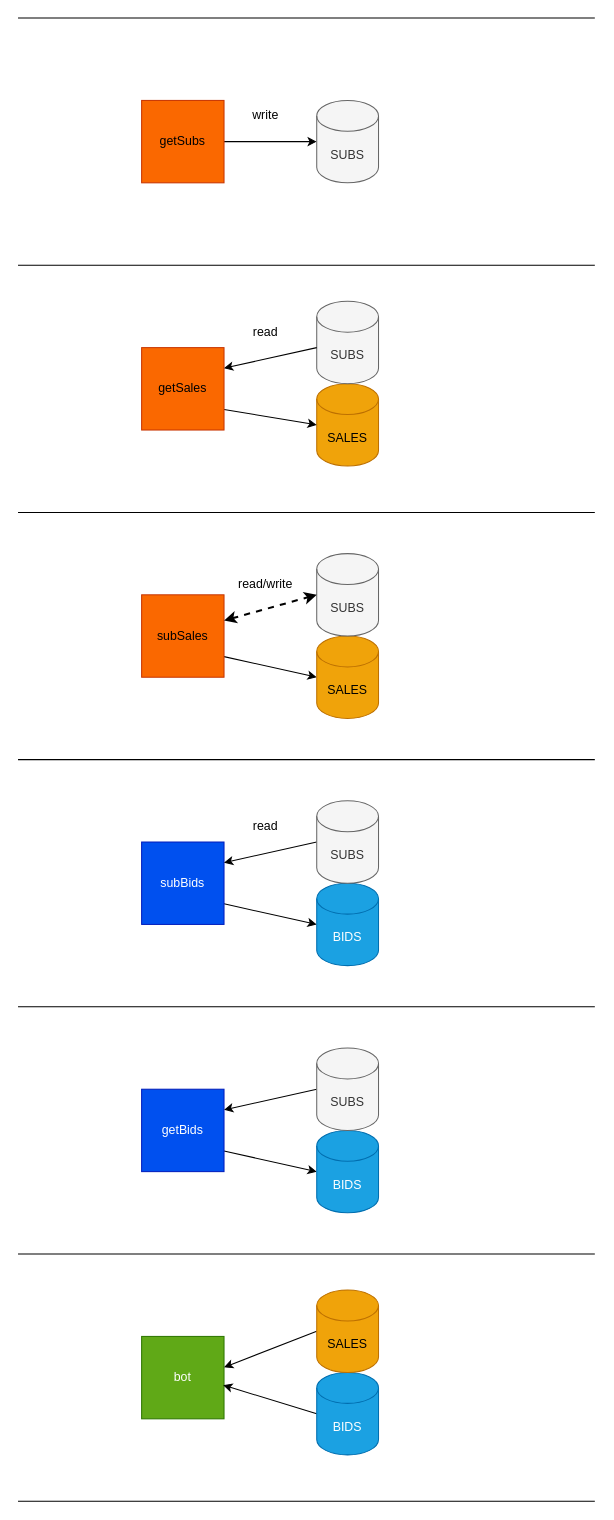
This is new-db-arch.drawio from redmont/Blur-Opensea-Arbitrage-Bot, a draw.io file, before an edit. Source tidied: cells renumbered, new cells numbered last; positions are measured from the earlier drawing's top-left corner, leaving out a move shared by most shapes. Both pictures are drawn from the tidied source at 103%, with x=0, y=0 at pixel (18, 18).
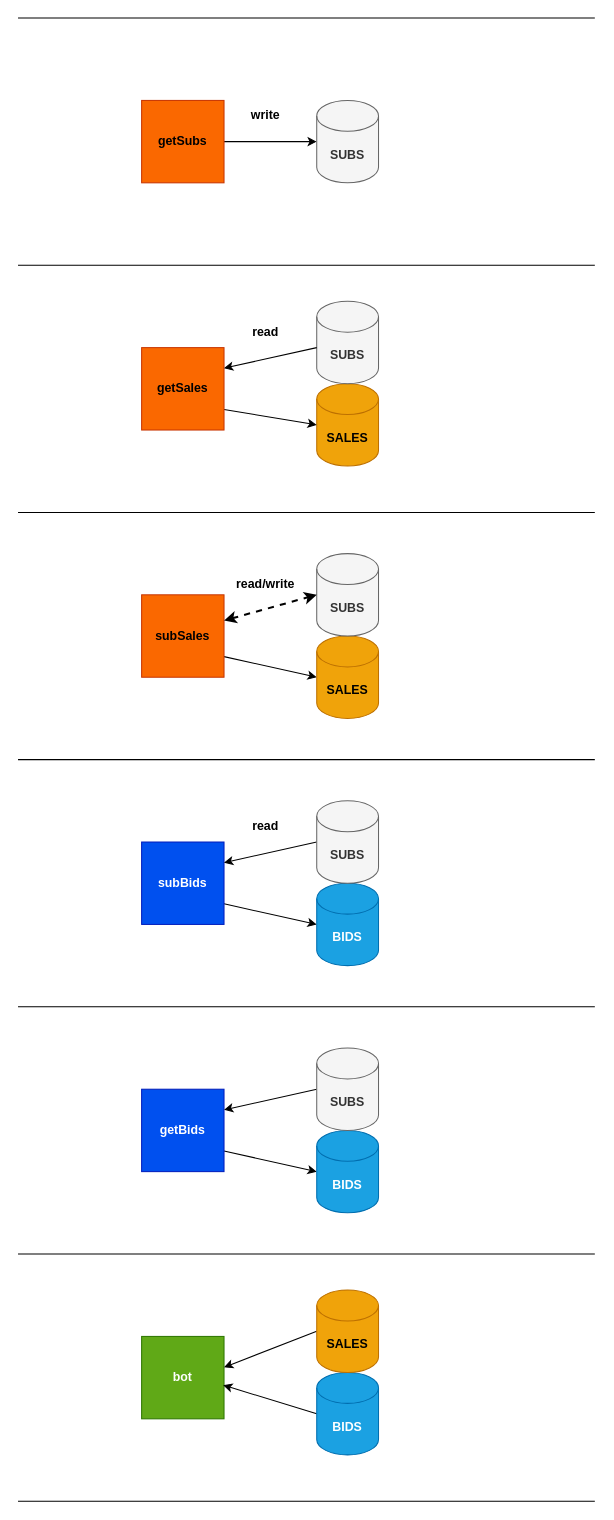
The same diagram, later.

The edit, as a diff of the source:
```diff
@@
-    <mxCell id="2" style="edgeStyle=none;html=1;entryX=0;entryY=0.5;entryDx=0;entryDy=0;entryPerimeter=0;" parent="1" edge="1" source="3" target="15">
+    <mxCell id="2" style="edgeStyle=none;html=1;entryX=0;entryY=0.5;entryDx=0;entryDy=0;entryPerimeter=0;fontStyle=1;" parent="1" edge="1" source="3" target="15">
       <mxGeometry relative="1" as="geometry" />
     </mxCell>
-    <mxCell id="3" value="getSubs" style="whiteSpace=wrap;html=1;fillColor=#fa6800;fontColor=#000000;strokeColor=#C73500;" parent="1" vertex="1">
+    <mxCell id="3" value="getSubs" style="whiteSpace=wrap;html=1;fillColor=#fa6800;fontColor=#000000;strokeColor=#C73500;fontStyle=1;" parent="1" vertex="1">
       <mxGeometry x="120" y="80" width="80" height="80" as="geometry" />
     </mxCell>
-    <mxCell id="4" value="SALES" style="shape=cylinder3;whiteSpace=wrap;html=1;boundedLbl=1;backgroundOutline=1;size=15;fillColor=#f0a30a;fontColor=#000000;strokeColor=#BD7000;" parent="1" vertex="1">
+    <mxCell id="4" value="SALES" style="shape=cylinder3;whiteSpace=wrap;html=1;boundedLbl=1;backgroundOutline=1;size=15;fillColor=#f0a30a;fontColor=#000000;strokeColor=#BD7000;fontStyle=1;" parent="1" vertex="1">
       <mxGeometry x="290" y="355" width="60" height="80" as="geometry" />
     </mxCell>
-    <mxCell id="5" value="SUBS" style="shape=cylinder3;whiteSpace=wrap;html=1;boundedLbl=1;backgroundOutline=1;size=15;fillColor=#f5f5f5;fontColor=#333333;strokeColor=#666666;" parent="1" vertex="1">
+    <mxCell id="5" value="SUBS" style="shape=cylinder3;whiteSpace=wrap;html=1;boundedLbl=1;backgroundOutline=1;size=15;fillColor=#f5f5f5;fontColor=#333333;strokeColor=#666666;fontStyle=1;" parent="1" vertex="1">
       <mxGeometry x="290" y="275" width="60" height="80" as="geometry" />
     </mxCell>
-    <mxCell id="6" style="edgeStyle=none;html=1;exitX=1;exitY=0.75;exitDx=0;exitDy=0;entryX=0;entryY=0.5;entryDx=0;entryDy=0;entryPerimeter=0;" parent="1" edge="1" source="7" target="4">
+    <mxCell id="6" style="edgeStyle=none;html=1;exitX=1;exitY=0.75;exitDx=0;exitDy=0;entryX=0;entryY=0.5;entryDx=0;entryDy=0;entryPerimeter=0;fontStyle=1;" parent="1" edge="1" source="7" target="4">
       <mxGeometry relative="1" as="geometry" />
     </mxCell>
-    <mxCell id="7" value="getSales" style="whiteSpace=wrap;html=1;fillColor=#fa6800;fontColor=#000000;strokeColor=#C73500;" parent="1" vertex="1">
+    <mxCell id="7" value="getSales" style="whiteSpace=wrap;html=1;fillColor=#fa6800;fontColor=#000000;strokeColor=#C73500;fontStyle=1;" parent="1" vertex="1">
       <mxGeometry x="120" y="320" width="80" height="80" as="geometry" />
     </mxCell>
-    <mxCell id="8" style="edgeStyle=none;html=1;exitX=1;exitY=0.75;exitDx=0;exitDy=0;entryX=0;entryY=0.5;entryDx=0;entryDy=0;entryPerimeter=0;" parent="1" edge="1" source="9" target="16">
+    <mxCell id="8" style="edgeStyle=none;html=1;exitX=1;exitY=0.75;exitDx=0;exitDy=0;entryX=0;entryY=0.5;entryDx=0;entryDy=0;entryPerimeter=0;fontStyle=1;" parent="1" edge="1" source="9" target="16">
       <mxGeometry relative="1" as="geometry" />
     </mxCell>
-    <mxCell id="9" value="subSales" style="whiteSpace=wrap;html=1;fillColor=#fa6800;fontColor=#000000;strokeColor=#C73500;" parent="1" vertex="1">
+    <mxCell id="9" value="subSales" style="whiteSpace=wrap;html=1;fillColor=#fa6800;fontColor=#000000;strokeColor=#C73500;fontStyle=1;" parent="1" vertex="1">
       <mxGeometry x="120" y="560" width="80" height="80" as="geometry" />
     </mxCell>
-    <mxCell id="10" style="edgeStyle=none;html=1;exitX=1;exitY=0.75;exitDx=0;exitDy=0;entryX=0;entryY=0.5;entryDx=0;entryDy=0;entryPerimeter=0;" parent="1" edge="1" source="11" target="20">
+    <mxCell id="10" style="edgeStyle=none;html=1;exitX=1;exitY=0.75;exitDx=0;exitDy=0;entryX=0;entryY=0.5;entryDx=0;entryDy=0;entryPerimeter=0;fontStyle=1;" parent="1" edge="1" source="11" target="20">
       <mxGeometry relative="1" as="geometry" />
     </mxCell>
-    <mxCell id="11" value="getBids" style="whiteSpace=wrap;html=1;fillColor=#0050ef;strokeColor=#001DBC;fontColor=#ffffff;" parent="1" vertex="1">
+    <mxCell id="11" value="getBids" style="whiteSpace=wrap;html=1;fillColor=#0050ef;strokeColor=#001DBC;fontColor=#ffffff;fontStyle=1;" parent="1" vertex="1">
       <mxGeometry x="120" y="1040" width="80" height="80" as="geometry" />
     </mxCell>
-    <mxCell id="12" style="edgeStyle=none;html=1;exitX=1;exitY=0.75;exitDx=0;exitDy=0;entryX=0;entryY=0.5;entryDx=0;entryDy=0;entryPerimeter=0;" parent="1" edge="1" source="13" target="14">
+    <mxCell id="12" style="edgeStyle=none;html=1;exitX=1;exitY=0.75;exitDx=0;exitDy=0;entryX=0;entryY=0.5;entryDx=0;entryDy=0;entryPerimeter=0;fontStyle=1;" parent="1" edge="1" source="13" target="14">
       <mxGeometry relative="1" as="geometry" />
     </mxCell>
-    <mxCell id="13" value="subBids" style="whiteSpace=wrap;html=1;fillColor=#0050ef;strokeColor=#001DBC;fontColor=#ffffff;" parent="1" vertex="1">
+    <mxCell id="13" value="subBids" style="whiteSpace=wrap;html=1;fillColor=#0050ef;strokeColor=#001DBC;fontColor=#ffffff;fontStyle=1;" parent="1" vertex="1">
       <mxGeometry x="120" y="800" width="80" height="80" as="geometry" />
     </mxCell>
-    <mxCell id="14" value="BIDS" style="shape=cylinder3;whiteSpace=wrap;html=1;boundedLbl=1;backgroundOutline=1;size=15;fillColor=#1ba1e2;fontColor=#ffffff;strokeColor=#006EAF;" parent="1" vertex="1">
+    <mxCell id="14" value="BIDS" style="shape=cylinder3;whiteSpace=wrap;html=1;boundedLbl=1;backgroundOutline=1;size=15;fillColor=#1ba1e2;fontColor=#ffffff;strokeColor=#006EAF;fontStyle=1;" parent="1" vertex="1">
       <mxGeometry x="290" y="840" width="60" height="80" as="geometry" />
     </mxCell>
-    <mxCell id="15" value="SUBS" style="shape=cylinder3;whiteSpace=wrap;html=1;boundedLbl=1;backgroundOutline=1;size=15;fillColor=#f5f5f5;strokeColor=#666666;fontColor=#333333;" parent="1" vertex="1">
+    <mxCell id="15" value="SUBS" style="shape=cylinder3;whiteSpace=wrap;html=1;boundedLbl=1;backgroundOutline=1;size=15;fillColor=#f5f5f5;strokeColor=#666666;fontColor=#333333;fontStyle=1;" parent="1" vertex="1">
       <mxGeometry x="290" y="80" width="60" height="80" as="geometry" />
     </mxCell>
-    <mxCell id="16" value="SALES" style="shape=cylinder3;whiteSpace=wrap;html=1;boundedLbl=1;backgroundOutline=1;size=15;fillColor=#f0a30a;fontColor=#000000;strokeColor=#BD7000;" parent="1" vertex="1">
+    <mxCell id="16" value="SALES" style="shape=cylinder3;whiteSpace=wrap;html=1;boundedLbl=1;backgroundOutline=1;size=15;fillColor=#f0a30a;fontColor=#000000;strokeColor=#BD7000;fontStyle=1;" parent="1" vertex="1">
       <mxGeometry x="290" y="600" width="60" height="80" as="geometry" />
     </mxCell>
-    <mxCell id="17" value="SUBS" style="shape=cylinder3;whiteSpace=wrap;html=1;boundedLbl=1;backgroundOutline=1;size=15;fillColor=#f5f5f5;fontColor=#333333;strokeColor=#666666;" parent="1" vertex="1">
+    <mxCell id="17" value="SUBS" style="shape=cylinder3;whiteSpace=wrap;html=1;boundedLbl=1;backgroundOutline=1;size=15;fillColor=#f5f5f5;fontColor=#333333;strokeColor=#666666;fontStyle=1;" parent="1" vertex="1">
       <mxGeometry x="290" y="520" width="60" height="80" as="geometry" />
     </mxCell>
-    <mxCell id="18" style="edgeStyle=none;html=1;exitX=0;exitY=0.5;exitDx=0;exitDy=0;exitPerimeter=0;entryX=1;entryY=0.25;entryDx=0;entryDy=0;" parent="1" edge="1" source="19" target="13">
+    <mxCell id="18" style="edgeStyle=none;html=1;exitX=0;exitY=0.5;exitDx=0;exitDy=0;exitPerimeter=0;entryX=1;entryY=0.25;entryDx=0;entryDy=0;fontStyle=1;" parent="1" edge="1" source="19" target="13">
       <mxGeometry relative="1" as="geometry" />
     </mxCell>
-    <mxCell id="19" value="SUBS" style="shape=cylinder3;whiteSpace=wrap;html=1;boundedLbl=1;backgroundOutline=1;size=15;fillColor=#f5f5f5;fontColor=#333333;strokeColor=#666666;" parent="1" vertex="1">
+    <mxCell id="19" value="SUBS" style="shape=cylinder3;whiteSpace=wrap;html=1;boundedLbl=1;backgroundOutline=1;size=15;fillColor=#f5f5f5;fontColor=#333333;strokeColor=#666666;fontStyle=1;" parent="1" vertex="1">
       <mxGeometry x="290" y="760" width="60" height="80" as="geometry" />
     </mxCell>
-    <mxCell id="20" value="BIDS" style="shape=cylinder3;whiteSpace=wrap;html=1;boundedLbl=1;backgroundOutline=1;size=15;fillColor=#1ba1e2;strokeColor=#006EAF;fontColor=#ffffff;" parent="1" vertex="1">
+    <mxCell id="20" value="BIDS" style="shape=cylinder3;whiteSpace=wrap;html=1;boundedLbl=1;backgroundOutline=1;size=15;fillColor=#1ba1e2;strokeColor=#006EAF;fontColor=#ffffff;fontStyle=1;" parent="1" vertex="1">
       <mxGeometry x="290" y="1080" width="60" height="80" as="geometry" />
     </mxCell>
-    <mxCell id="21" style="edgeStyle=none;html=1;exitX=0;exitY=0.5;exitDx=0;exitDy=0;exitPerimeter=0;entryX=1;entryY=0.25;entryDx=0;entryDy=0;" parent="1" edge="1" source="22" target="11">
+    <mxCell id="21" style="edgeStyle=none;html=1;exitX=0;exitY=0.5;exitDx=0;exitDy=0;exitPerimeter=0;entryX=1;entryY=0.25;entryDx=0;entryDy=0;fontStyle=1;" parent="1" edge="1" source="22" target="11">
       <mxGeometry relative="1" as="geometry" />
     </mxCell>
-    <mxCell id="22" value="SUBS" style="shape=cylinder3;whiteSpace=wrap;html=1;boundedLbl=1;backgroundOutline=1;size=15;fillColor=#f5f5f5;fontColor=#333333;strokeColor=#666666;" parent="1" vertex="1">
+    <mxCell id="22" value="SUBS" style="shape=cylinder3;whiteSpace=wrap;html=1;boundedLbl=1;backgroundOutline=1;size=15;fillColor=#f5f5f5;fontColor=#333333;strokeColor=#666666;fontStyle=1;" parent="1" vertex="1">
       <mxGeometry x="290" y="1000" width="60" height="80" as="geometry" />
     </mxCell>
-    <mxCell id="23" value="bot" style="whiteSpace=wrap;html=1;fillColor=#60a917;fontColor=#ffffff;strokeColor=#2D7600;" parent="1" vertex="1">
+    <mxCell id="23" value="bot" style="whiteSpace=wrap;html=1;fillColor=#60a917;fontColor=#ffffff;strokeColor=#2D7600;fontStyle=1;" parent="1" vertex="1">
       <mxGeometry x="120" y="1280" width="80" height="80" as="geometry" />
     </mxCell>
-    <mxCell id="24" style="edgeStyle=none;html=1;exitX=0;exitY=0.5;exitDx=0;exitDy=0;exitPerimeter=0;entryX=0.99;entryY=0.592;entryDx=0;entryDy=0;entryPerimeter=0;" parent="1" edge="1" source="25" target="23">
+    <mxCell id="24" style="edgeStyle=none;html=1;exitX=0;exitY=0.5;exitDx=0;exitDy=0;exitPerimeter=0;entryX=0.99;entryY=0.592;entryDx=0;entryDy=0;entryPerimeter=0;fontStyle=1;" parent="1" edge="1" source="25" target="23">
       <mxGeometry relative="1" as="geometry" />
     </mxCell>
-    <mxCell id="25" value="BIDS" style="shape=cylinder3;whiteSpace=wrap;html=1;boundedLbl=1;backgroundOutline=1;size=15;fillColor=#1ba1e2;fontColor=#ffffff;strokeColor=#006EAF;" parent="1" vertex="1">
+    <mxCell id="25" value="BIDS" style="shape=cylinder3;whiteSpace=wrap;html=1;boundedLbl=1;backgroundOutline=1;size=15;fillColor=#1ba1e2;fontColor=#ffffff;strokeColor=#006EAF;fontStyle=1;" parent="1" vertex="1">
       <mxGeometry x="290" y="1315" width="60" height="80" as="geometry" />
     </mxCell>
-    <mxCell id="26" style="edgeStyle=none;html=1;exitX=0;exitY=0.5;exitDx=0;exitDy=0;exitPerimeter=0;" parent="1" edge="1" source="27">
+    <mxCell id="26" style="edgeStyle=none;html=1;exitX=0;exitY=0.5;exitDx=0;exitDy=0;exitPerimeter=0;fontStyle=1;" parent="1" edge="1" source="27">
       <mxGeometry relative="1" as="geometry">
         <mxPoint x="200" y="1310" as="targetPoint" />
       </mxGeometry>
     </mxCell>
-    <mxCell id="27" value="SALES" style="shape=cylinder3;whiteSpace=wrap;html=1;boundedLbl=1;backgroundOutline=1;size=15;fillColor=#f0a30a;fontColor=#000000;strokeColor=#BD7000;" parent="1" vertex="1">
+    <mxCell id="27" value="SALES" style="shape=cylinder3;whiteSpace=wrap;html=1;boundedLbl=1;backgroundOutline=1;size=15;fillColor=#f0a30a;fontColor=#000000;strokeColor=#BD7000;fontStyle=1;" parent="1" vertex="1">
       <mxGeometry x="290" y="1235" width="60" height="80" as="geometry" />
     </mxCell>
-    <mxCell id="28" style="endArrow=none;html=1;" parent="1" edge="1">
+    <mxCell id="28" style="endArrow=none;html=1;fontStyle=1;" parent="1" edge="1">
       <mxGeometry relative="1" as="geometry">
         <mxPoint y="240" as="sourcePoint" />
         <mxPoint x="560" y="240" as="targetPoint" />
       </mxGeometry>
     </mxCell>
-    <mxCell id="29" style="endArrow=none;html=1;" parent="1" edge="1">
+    <mxCell id="29" style="endArrow=none;html=1;fontStyle=1;" parent="1" edge="1">
       <mxGeometry relative="1" as="geometry">
         <mxPoint y="480" as="sourcePoint" />
         <mxPoint x="560" y="480" as="targetPoint" />
       </mxGeometry>
     </mxCell>
-    <mxCell id="30" style="endArrow=none;html=1;" parent="1" edge="1">
+    <mxCell id="30" style="endArrow=none;html=1;fontStyle=1;" parent="1" edge="1">
       <mxGeometry relative="1" as="geometry">
         <mxPoint y="720" as="sourcePoint" />
         <mxPoint x="560" y="720" as="targetPoint" />
       </mxGeometry>
     </mxCell>
-    <mxCell id="31" style="endArrow=none;html=1;" parent="1" edge="1">
+    <mxCell id="31" style="endArrow=none;html=1;fontStyle=1;" parent="1" edge="1">
       <mxGeometry relative="1" as="geometry">
         <mxPoint y="1440" as="sourcePoint" />
         <mxPoint x="560" y="1440" as="targetPoint" />
       </mxGeometry>
     </mxCell>
-    <mxCell id="32" style="endArrow=none;html=1;" parent="1" edge="1">
+    <mxCell id="32" style="endArrow=none;html=1;fontStyle=1;" parent="1" edge="1">
       <mxGeometry relative="1" as="geometry">
         <mxPoint y="1200" as="sourcePoint" />
         <mxPoint x="560" y="1200" as="targetPoint" />
       </mxGeometry>
     </mxCell>
-    <mxCell id="33" style="endArrow=none;html=1;" parent="1" edge="1">
+    <mxCell id="33" style="endArrow=none;html=1;fontStyle=1;" parent="1" edge="1">
       <mxGeometry relative="1" as="geometry">
         <mxPoint y="960" as="sourcePoint" />
         <mxPoint x="560" y="960" as="targetPoint" />
       </mxGeometry>
     </mxCell>
-    <mxCell id="34" style="endArrow=none;html=1;" parent="1" edge="1">
+    <mxCell id="34" style="endArrow=none;html=1;fontStyle=1;" parent="1" edge="1">
       <mxGeometry relative="1" as="geometry">
         <mxPoint as="sourcePoint" />
         <mxPoint x="560" as="targetPoint" />
       </mxGeometry>
     </mxCell>
-    <mxCell id="35" style="endArrow=classic;startArrow=classic;html=1;exitX=1;exitY=0.25;exitDx=0;exitDy=0;entryX=0;entryY=0.5;entryDx=0;entryDy=0;entryPerimeter=0;dashed=1;strokeWidth=2;" parent="1" edge="1">
+    <mxCell id="35" style="endArrow=classic;startArrow=classic;html=1;exitX=1;exitY=0.25;exitDx=0;exitDy=0;entryX=0;entryY=0.5;entryDx=0;entryDy=0;entryPerimeter=0;dashed=1;strokeWidth=2;fontStyle=1;" parent="1" edge="1">
       <mxGeometry relative="1" as="geometry">
         <mxPoint x="200" y="585" as="sourcePoint" />
         <mxPoint x="290" y="560" as="targetPoint" />
       </mxGeometry>
     </mxCell>
-    <mxCell id="36" value="write" style="text;html=1;align=center;verticalAlign=middle;strokeColor=none;fillColor=none;" parent="1" vertex="1">
+    <mxCell id="36" value="write" style="text;html=1;align=center;verticalAlign=middle;strokeColor=none;fillColor=none;fontStyle=1;" parent="1" vertex="1">
       <mxGeometry x="215" y="80" width="50" height="30" as="geometry" />
     </mxCell>
-    <mxCell id="37" value="read" style="text;html=1;align=center;verticalAlign=middle;strokeColor=none;fillColor=none;" parent="1" vertex="1">
+    <mxCell id="37" value="read" style="text;html=1;align=center;verticalAlign=middle;strokeColor=none;fillColor=none;fontStyle=1;" parent="1" vertex="1">
       <mxGeometry x="215" y="770" width="50" height="30" as="geometry" />
     </mxCell>
-    <mxCell id="38" style="edgeStyle=none;html=1;exitX=0;exitY=0.5;exitDx=0;exitDy=0;exitPerimeter=0;entryX=1;entryY=0.25;entryDx=0;entryDy=0;" parent="1" edge="1">
+    <mxCell id="38" style="edgeStyle=none;html=1;exitX=0;exitY=0.5;exitDx=0;exitDy=0;exitPerimeter=0;entryX=1;entryY=0.25;entryDx=0;entryDy=0;fontStyle=1;" parent="1" edge="1">
       <mxGeometry relative="1" as="geometry">
         <mxPoint x="290" y="320" as="sourcePoint" />
         <mxPoint x="200" y="340" as="targetPoint" />
       </mxGeometry>
     </mxCell>
-    <mxCell id="39" value="read" style="text;html=1;align=center;verticalAlign=middle;strokeColor=none;fillColor=none;" parent="1" vertex="1">
+    <mxCell id="39" value="read" style="text;html=1;align=center;verticalAlign=middle;strokeColor=none;fillColor=none;fontStyle=1;" parent="1" vertex="1">
       <mxGeometry x="215" y="290" width="50" height="30" as="geometry" />
     </mxCell>
-    <mxCell id="40" value="read/write" style="text;html=1;align=center;verticalAlign=middle;strokeColor=none;fillColor=none;" parent="1" vertex="1">
+    <mxCell id="40" value="read/write" style="text;html=1;align=center;verticalAlign=middle;strokeColor=none;fillColor=none;fontStyle=1;" parent="1" vertex="1">
       <mxGeometry x="200" y="535" width="80" height="30" as="geometry" />
     </mxCell>
```
